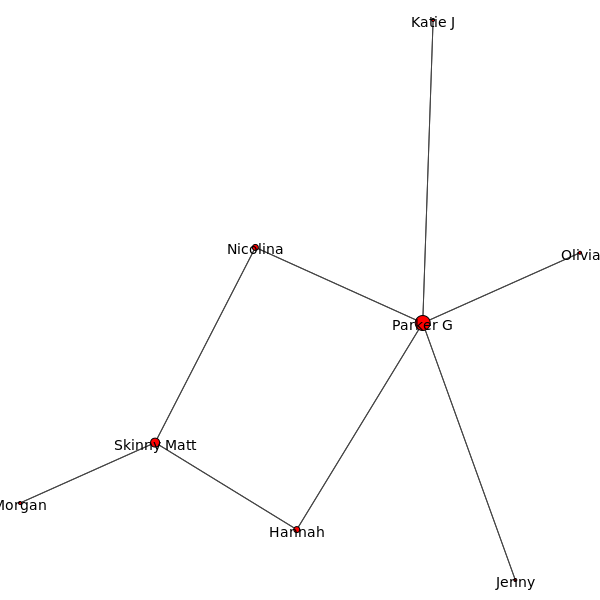
rpg2014/force-web keeps this Graphviz diagram as the_web.png. Above is the earlier version. Its source is kept beside it as the_web.dot.
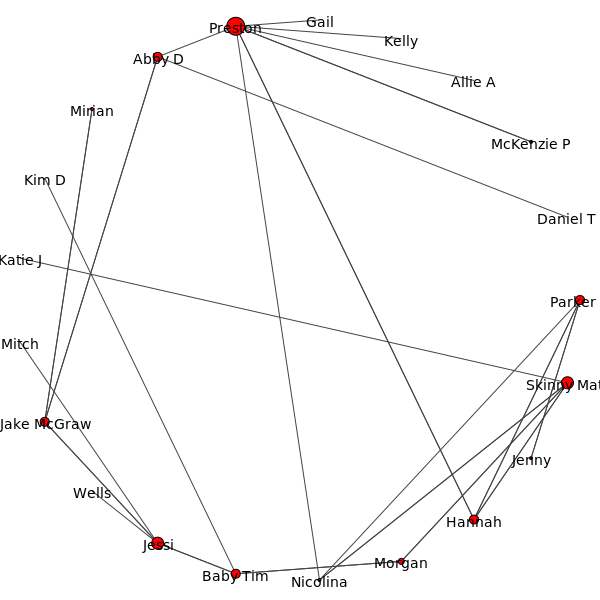
After the change.

Change to the diagram source:
```diff
@@ -3,12 +3,12 @@
   0 [
     label="Parker G"
     name="Parker G"
-    size=15
+    size=9
   ];
   1 [
     label="Skinny Matt"
     name="Skinny Matt"
-    size=9
+    size=12
   ];
   2 [
     label=Jenny
@@ -18,43 +18,127 @@
   3 [
     label=Hannah
     name=Hannah
-    size=6
+    size=9
   ];
   4 [
     label=Morgan
     name=Morgan
-    size=3
+    size=6
   ];
   5 [
     label=Nicolina
     name=Nicolina
-    size=6
+    size=3
   ];
   6 [
-    label=Olivia
-    name=Olivia
+    label="Baby Tim"
+    name="Baby Tim"
+    size=9
+  ];
+  7 [
+    label=Jessi
+    name=Jessi
+    size=12
+  ];
+  8 [
+    label=Wells
+    name=Wells
+    size=0
+  ];
+  9 [
+    label="Jake McGraw"
+    name="Jake McGraw"
+    size=9
+  ];
+  10 [
+    label=Mitch
+    name=Mitch
+    size=0
+  ];
+  11 [
+    label="Katie J"
+    name="Katie J"
+    size=0
+  ];
+  12 [
+    label="Kim D"
+    name="Kim D"
+    size=0
+  ];
+  13 [
+    label=Mirian
+    name=Mirian
     size=3
   ];
-  7 [
-    label="Katie J"
-    name="Katie J"
+  14 [
+    label="Abby D"
+    name="Abby D"
+    size=9
+  ];
+  15 [
+    label=Preston
+    name=Preston
+    size=18
+  ];
+  16 [
+    label=Gail
+    name=Gail
+    size=0
+  ];
+  17 [
+    label=Kelly
+    name=Kelly
+    size=0
+  ];
+  18 [
+    label="Allie A"
+    name="Allie A"
+    size=0
+  ];
+  19 [
+    label="McKenzie P"
+    name="McKenzie P"
     size=3
+  ];
+  20 [
+    label="Daniel T"
+    name="Daniel T"
+    size=0
   ];
 
   2 -- 0;
   3 -- 0;
   5 -- 0;
-  7 -- 0;
-  6 -- 0;
   3 -- 1;
   4 -- 1;
   5 -- 1;
+  11 -- 1;
   2 -- 0;
   3 -- 0;
   3 -- 1;
+  15 -- 3;
+  6 -- 4;
   4 -- 1;
   5 -- 1;
-  5 -- 0;
-  6 -- 0;
-  7 -- 0;
+  7 -- 6;
+  12 -- 6;
+  6 -- 4;
+  10 -- 7;
+  7 -- 6;
+  8 -- 7;
+  9 -- 7;
+  9 -- 7;
+  14 -- 9;
+  13 -- 9;
+  13 -- 9;
+  14 -- 9;
+  15 -- 14;
+  20 -- 14;
+  17 -- 15;
+  16 -- 15;
+  15 -- 5;
+  18 -- 15;
+  15 -- 3;
+  19 -- 15;
+  19 -- 15;
 }
```
